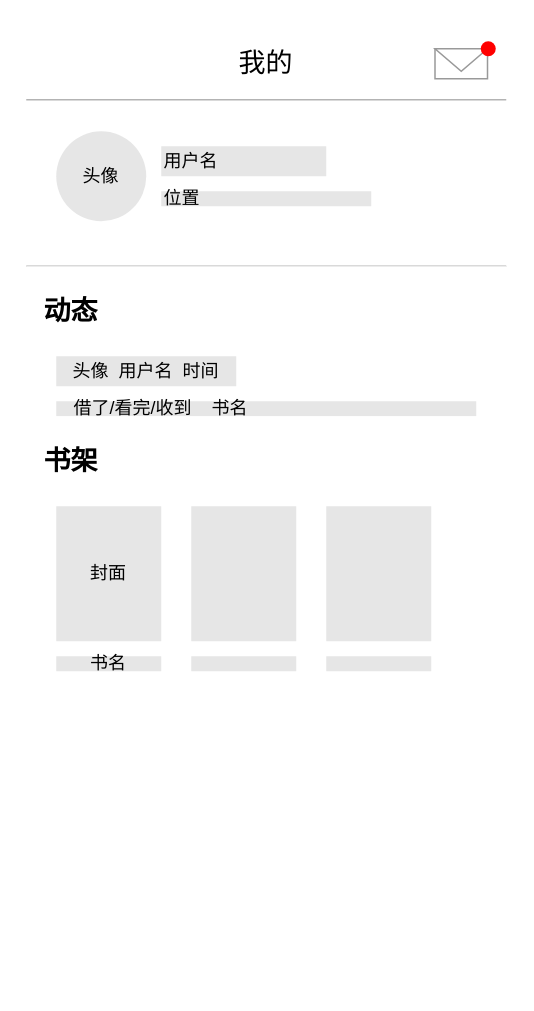
This is page "我的" (4 of 4) of design/Wireframes.drawio from New-Citizen-Program/WavePure, a draw.io file, before an edit. Source tidied: cells renumbered, new cells numbered last; positions are measured from the earlier drawing's top-left corner, leaving out a move shared by most shapes. Both pictures are drawn from the tidied source at 150%, with x=0, y=0 at pixel (26, 26).
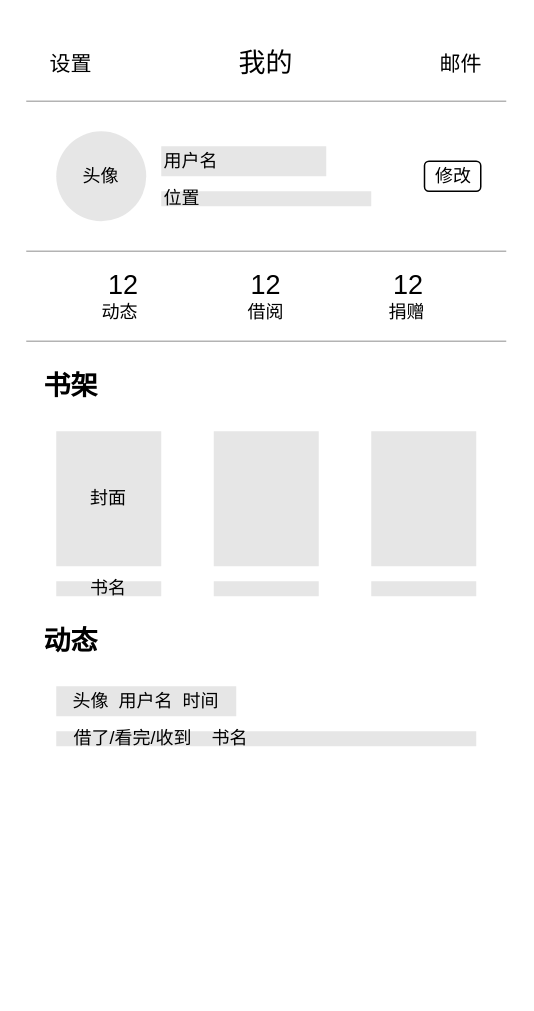
The same page after the edit.

Diff of the diagram source:
```diff
@@
-    <mxCell id="4" style="endArrow=none;html=1;exitX=1;exitY=0;exitDx=0;exitDy=0;entryX=0;entryY=0;entryDx=0;entryDy=0;strokeColor=#B3B3B3;" parent="1" edge="1">
-      <mxGeometry relative="1" as="geometry">
-        <mxPoint x="320" y="49" as="sourcePoint" />
-        <mxPoint y="49" as="targetPoint" />
-      </mxGeometry>
-    </mxCell>
@@
-    <mxCell id="8" style="endArrow=none;html=1;exitX=1;exitY=0;exitDx=0;exitDy=0;entryX=0;entryY=0;entryDx=0;entryDy=0;strokeColor=#B3B3B3;" parent="1" edge="1">
-      <mxGeometry relative="1" as="geometry">
-        <mxPoint x="320" y="160" as="sourcePoint" />
-        <mxPoint y="160" as="targetPoint" />
-      </mxGeometry>
-    </mxCell>
-    <mxCell id="9" style="rounded=0;whiteSpace=wrap;html=1;fillColor=#FFFFFF;strokeColor=#999999;" parent="1" vertex="1">
-      <mxGeometry x="272.5" y="15" width="35" height="20" as="geometry" />
-    </mxCell>
-    <mxCell id="10" style="triangle;whiteSpace=wrap;html=1;rounded=0;fillColor=#FFFFFF;direction=south;strokeColor=#999999;" parent="1" vertex="1">
-      <mxGeometry x="272.5" y="15" width="35" height="15" as="geometry" />
-    </mxCell>
     <mxCell id="11" value="&lt;font style=&quot;font-size: 18px&quot;&gt;&lt;b&gt;&amp;nbsp; 动态&lt;/b&gt;&lt;/font&gt;" style="rounded=0;whiteSpace=wrap;html=1;fillColor=#ffffff;align=left;strokeColor=none;" parent="1" vertex="1">
-      <mxGeometry y="160" width="320" height="60" as="geometry" />
+      <mxGeometry y="380" width="320" height="60" as="geometry" />
     </mxCell>
     <mxCell id="12" value="头像&amp;nbsp; 用户名&amp;nbsp; 时间" style="rounded=0;whiteSpace=wrap;html=1;fillColor=#E6E6E6;strokeColor=none;" parent="1" vertex="1">
-      <mxGeometry x="20" y="220" width="120" height="20" as="geometry" />
+      <mxGeometry x="20" y="440" width="120" height="20" as="geometry" />
     </mxCell>
     <mxCell id="13" value="&amp;nbsp; &amp;nbsp;借了/看完/收到&amp;nbsp; &amp;nbsp; 书名" style="rounded=0;whiteSpace=wrap;html=1;fillColor=#E6E6E6;strokeColor=none;align=left;" parent="1" vertex="1">
-      <mxGeometry x="20" y="250" width="280" height="10" as="geometry" />
+      <mxGeometry x="20" y="470" width="280" height="10" as="geometry" />
     </mxCell>
     <mxCell id="14" value="&lt;font style=&quot;font-size: 18px&quot;&gt;&lt;b&gt;&amp;nbsp; 书架&lt;/b&gt;&lt;/font&gt;" style="rounded=0;whiteSpace=wrap;html=1;fillColor=#ffffff;align=left;strokeColor=none;" parent="1" vertex="1">
-      <mxGeometry y="260" width="320" height="60" as="geometry" />
+      <mxGeometry y="210" width="320" height="60" as="geometry" />
     </mxCell>
     <mxCell id="15" value="封面" style="rounded=0;whiteSpace=wrap;html=1;fillColor=#E6E6E6;strokeColor=none;" parent="1" vertex="1">
-      <mxGeometry x="20" y="320" width="70" height="90" as="geometry" />
+      <mxGeometry x="20" y="270" width="70" height="90" as="geometry" />
     </mxCell>
     <mxCell id="16" style="rounded=0;whiteSpace=wrap;html=1;fillColor=#E6E6E6;strokeColor=none;" parent="1" vertex="1">
-      <mxGeometry x="110" y="320" width="70" height="90" as="geometry" />
+      <mxGeometry x="125" y="270" width="70" height="90" as="geometry" />
     </mxCell>
     <mxCell id="17" style="rounded=0;whiteSpace=wrap;html=1;fillColor=#E6E6E6;strokeColor=none;" parent="1" vertex="1">
-      <mxGeometry x="200" y="320" width="70" height="90" as="geometry" />
+      <mxGeometry x="230" y="270" width="70" height="90" as="geometry" />
     </mxCell>
     <mxCell id="18" value="书名" style="rounded=0;whiteSpace=wrap;html=1;fillColor=#E6E6E6;strokeColor=none;" parent="1" vertex="1">
-      <mxGeometry x="20" y="420" width="70" height="10" as="geometry" />
+      <mxGeometry x="20" y="370" width="70" height="10" as="geometry" />
     </mxCell>
     <mxCell id="19" style="rounded=0;whiteSpace=wrap;html=1;fillColor=#E6E6E6;strokeColor=none;" parent="1" vertex="1">
-      <mxGeometry x="110" y="420" width="70" height="10" as="geometry" />
+      <mxGeometry x="125" y="370" width="70" height="10" as="geometry" />
     </mxCell>
     <mxCell id="20" style="rounded=0;whiteSpace=wrap;html=1;fillColor=#E6E6E6;strokeColor=none;" parent="1" vertex="1">
-      <mxGeometry x="200" y="420" width="70" height="10" as="geometry" />
+      <mxGeometry x="230" y="370" width="70" height="10" as="geometry" />
     </mxCell>
-    <mxCell id="21" style="ellipse;whiteSpace=wrap;html=1;rounded=0;strokeColor=none;fillColor=#FF0000;" parent="1" vertex="1">
-      <mxGeometry x="303" y="10" width="10" height="10" as="geometry" />
-    </mxCell>
+    <mxCell id="22" value="&lt;font&gt;&lt;span style=&quot;font-size: 18px&quot;&gt;12&amp;nbsp; &amp;nbsp; &amp;nbsp; &amp;nbsp; &amp;nbsp; &amp;nbsp; &amp;nbsp; &amp;nbsp;12&amp;nbsp; &amp;nbsp; &amp;nbsp; &amp;nbsp; &amp;nbsp; &amp;nbsp; &amp;nbsp; &amp;nbsp;12&lt;br&gt;&lt;/span&gt;&lt;font style=&quot;font-size: 12px&quot;&gt;动态&amp;nbsp; &amp;nbsp; &amp;nbsp; &amp;nbsp; &amp;nbsp; &amp;nbsp; &amp;nbsp; &amp;nbsp; &amp;nbsp; &amp;nbsp; &amp;nbsp; 借阅&amp;nbsp; &amp;nbsp; &amp;nbsp; &amp;nbsp; &amp;nbsp; &amp;nbsp; &amp;nbsp; &amp;nbsp; &amp;nbsp; &amp;nbsp; &amp;nbsp;捐赠&amp;nbsp;&lt;/font&gt;&lt;br&gt;&lt;/font&gt;" style="rounded=0;whiteSpace=wrap;html=1;fillColor=#ffffff;align=center;strokeColor=none;" parent="1" vertex="1">
+      <mxGeometry y="150" width="320" height="60" as="geometry" />
+    </mxCell>
+    <mxCell id="23" value="修改" style="rounded=1;whiteSpace=wrap;html=1;" parent="1" vertex="1">
+      <mxGeometry x="265.5" y="90" width="37.5" height="20" as="geometry" />
+    </mxCell>
+    <mxCell id="24" value="&lt;span style=&quot;font-size: 14px&quot;&gt;邮件&lt;/span&gt;" style="rounded=0;whiteSpace=wrap;html=1;fillColor=#ffffff;strokeColor=none;" parent="1" vertex="1">
+      <mxGeometry x="260" width="60" height="50" as="geometry" />
+    </mxCell>
+    <mxCell id="25" value="&lt;span style=&quot;font-size: 14px&quot;&gt;设置&lt;/span&gt;" style="rounded=0;whiteSpace=wrap;html=1;fillColor=#ffffff;strokeColor=none;" parent="1" vertex="1">
+      <mxGeometry width="60" height="50" as="geometry" />
+    </mxCell>
+    <mxCell id="26" style="endArrow=none;html=1;exitX=1;exitY=0;exitDx=0;exitDy=0;entryX=0;entryY=0;entryDx=0;entryDy=0;strokeColor=#B3B3B3;" parent="1" edge="1">
+      <mxGeometry relative="1" as="geometry">
+        <mxPoint x="320" y="210" as="sourcePoint" />
+        <mxPoint y="210" as="targetPoint" />
+      </mxGeometry>
+    </mxCell>
+    <mxCell id="4" style="endArrow=none;html=1;exitX=1;exitY=0;exitDx=0;exitDy=0;entryX=0;entryY=0;entryDx=0;entryDy=0;strokeColor=#B3B3B3;" parent="1" edge="1">
+      <mxGeometry relative="1" as="geometry">
+        <mxPoint x="320" y="50" as="sourcePoint" />
+        <mxPoint y="50" as="targetPoint" />
+      </mxGeometry>
+    </mxCell>
+    <mxCell id="27" style="endArrow=none;html=1;exitX=1;exitY=0;exitDx=0;exitDy=0;entryX=0;entryY=0;entryDx=0;entryDy=0;strokeColor=#B3B3B3;" parent="1" edge="1">
+      <mxGeometry relative="1" as="geometry">
+        <mxPoint x="320" y="150" as="sourcePoint" />
+        <mxPoint y="150" as="targetPoint" />
+      </mxGeometry>
+    </mxCell>
```
